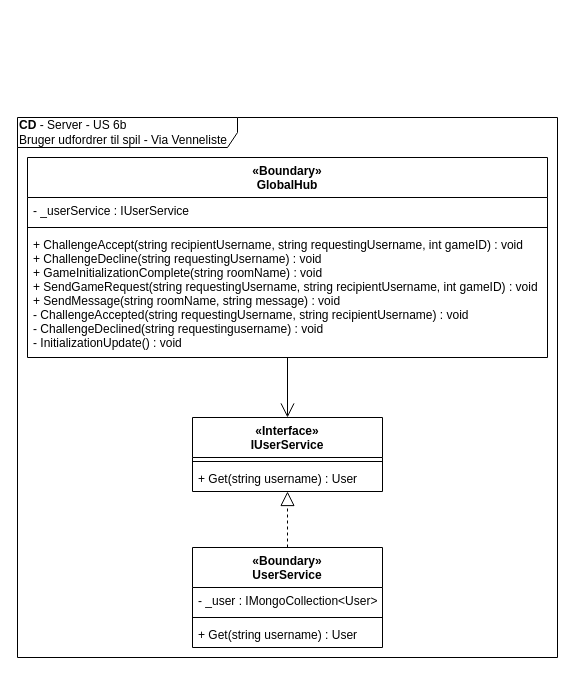
Above: page "CD-Server" (3 of 3) of diagrams/arkitektur/US6a_challenge-chat.drawio in Macradon/I7BAC-PlugNPlay (draw.io), before the change. Source tidied: cells renumbered, new cells numbered last; positions are measured from the earlier drawing's top-left corner, leaving out a move shared by most shapes. Both pictures are drawn from the tidied source at 100%, with x=0, y=0 at pixel (17, 117).
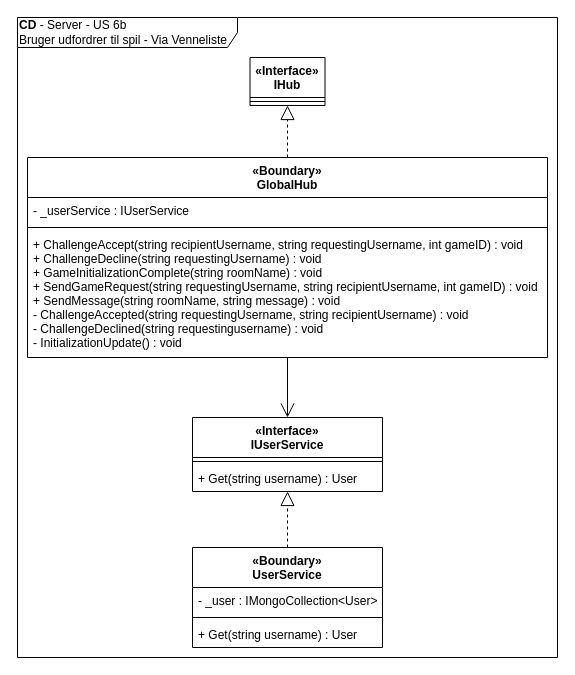
Above is the later version.

Diff of the diagram source:
```diff
@@
 <mxGraphModel>
   <root>
     <mxCell id="0" />
     <mxCell id="1" parent="0" />
     <mxCell id="2" value="&lt;b&gt;CD&lt;/b&gt;&amp;nbsp;- Server&amp;nbsp;- US 6b&lt;br&gt;Bruger udfordrer til spil - Via Venneliste" style="shape=umlFrame;whiteSpace=wrap;html=1;labelBackgroundColor=#ffffff;align=left;width=220;height=30;" parent="1" vertex="1">
-      <mxGeometry width="540" height="540" as="geometry" />
+      <mxGeometry y="-100" width="540" height="640" as="geometry" />
     </mxCell>
     <mxCell id="3" style="edgeStyle=orthogonalEdgeStyle;rounded=0;jettySize=auto;html=1;endArrow=open;endFill=0;endSize=12;" parent="1" edge="1" source="4" target="13">
       <mxGeometry relative="1" as="geometry" />
     </mxCell>
+    <mxCell id="16" style="edgeStyle=orthogonalEdgeStyle;rounded=0;jettySize=auto;html=1;startArrow=none;startFill=0;endArrow=block;endFill=0;endSize=12;dashed=1;" parent="1" edge="1" source="4" target="17">
+      <mxGeometry relative="1" as="geometry" />
+    </mxCell>
     <mxCell id="4" value="«Boundary»&#10;GlobalHub" style="swimlane;fontStyle=1;align=center;verticalAlign=top;horizontal=1;startSize=40;" parent="1" vertex="1">
       <mxGeometry x="10" y="40" width="520" height="200" as="geometry" />
     </mxCell>
     <mxCell id="5" value="- _userService : IUserService" style="text;strokeColor=none;fillColor=none;align=left;verticalAlign=top;spacingLeft=4;spacingRight=4;overflow=hidden;" parent="4" vertex="1">
       <mxGeometry y="40" width="520" height="26" as="geometry" />
     </mxCell>
     <mxCell id="6" style="line;strokeWidth=1;fillColor=none;align=left;verticalAlign=middle;spacingTop=-1;spacingLeft=3;spacingRight=3;labelPosition=right;" parent="4" vertex="1">
       <mxGeometry y="66" width="520" height="8" as="geometry" />
     </mxCell>
     <mxCell id="7" value="+ ChallengeAccept(string recipientUsername, string requestingUsername, int gameID) : void&#10;+ ChallengeDecline(string requestingUsername) : void&#10;+ GameInitializationComplete(string roomName) : void&#10;+ SendGameRequest(string requestingUsername, string recipientUsername, int gameID) : void&#10;+ SendMessage(string roomName, string message) : void&#10;- ChallengeAccepted(string requestingUsername, string recipientUsername) : void&#10;- ChallengeDeclined(string requestingusername) : void&#10;- InitializationUpdate() : void" style="text;strokeColor=none;fillColor=none;align=left;verticalAlign=top;spacingLeft=4;spacingRight=4;overflow=hidden;" parent="4" vertex="1">
       <mxGeometry y="74" width="520" height="126" as="geometry" />
     </mxCell>
     <mxCell id="8" style="edgeStyle=orthogonalEdgeStyle;rounded=0;jettySize=auto;html=1;endArrow=block;endFill=0;endSize=12;dashed=1;" parent="1" edge="1" source="9" target="13">
       <mxGeometry relative="1" as="geometry" />
     </mxCell>
     <mxCell id="9" value="«Boundary»&#10;UserService" style="swimlane;fontStyle=1;align=center;verticalAlign=top;horizontal=1;startSize=40;" parent="1" vertex="1">
       <mxGeometry x="175" y="430" width="190" height="100" as="geometry" />
     </mxCell>
     <mxCell id="10" value="- _user : IMongoCollection&lt;User&gt;" style="text;strokeColor=none;fillColor=none;align=left;verticalAlign=top;spacingLeft=4;spacingRight=4;overflow=hidden;" parent="9" vertex="1">
       <mxGeometry y="40" width="190" height="26" as="geometry" />
     </mxCell>
     <mxCell id="11" style="line;strokeWidth=1;fillColor=none;align=left;verticalAlign=middle;spacingTop=-1;spacingLeft=3;spacingRight=3;labelPosition=right;" parent="9" vertex="1">
       <mxGeometry y="66" width="190" height="8" as="geometry" />
     </mxCell>
     <mxCell id="12" value="+ Get(string username) : User" style="text;strokeColor=none;fillColor=none;align=left;verticalAlign=top;spacingLeft=4;spacingRight=4;overflow=hidden;" parent="9" vertex="1">
       <mxGeometry y="74" width="190" height="26" as="geometry" />
     </mxCell>
     <mxCell id="13" value="«Interface»&#10;IUserService" style="swimlane;fontStyle=1;align=center;verticalAlign=top;horizontal=1;startSize=40;" parent="1" vertex="1">
       <mxGeometry x="175" y="300" width="190" height="74" as="geometry" />
     </mxCell>
     <mxCell id="14" style="line;strokeWidth=1;fillColor=none;align=left;verticalAlign=middle;spacingTop=-1;spacingLeft=3;spacingRight=3;labelPosition=right;" parent="13" vertex="1">
       <mxGeometry y="40" width="190" height="8" as="geometry" />
     </mxCell>
     <mxCell id="15" value="+ Get(string username) : User" style="text;strokeColor=none;fillColor=none;align=left;verticalAlign=top;spacingLeft=4;spacingRight=4;overflow=hidden;" parent="13" vertex="1">
       <mxGeometry y="48" width="190" height="26" as="geometry" />
     </mxCell>
+    <mxCell id="17" value="«Interface»&#10;IHub" style="swimlane;fontStyle=1;align=center;verticalAlign=top;horizontal=1;startSize=40;" parent="1" vertex="1">
+      <mxGeometry x="232.5" y="-60" width="75" height="48" as="geometry" />
+    </mxCell>
+    <mxCell id="18" style="line;strokeWidth=1;fillColor=none;align=left;verticalAlign=middle;spacingTop=-1;spacingLeft=3;spacingRight=3;labelPosition=right;" parent="17" vertex="1">
+      <mxGeometry y="40" width="75" height="8" as="geometry" />
+    </mxCell>
   </root>
 </mxGraphModel>
```
